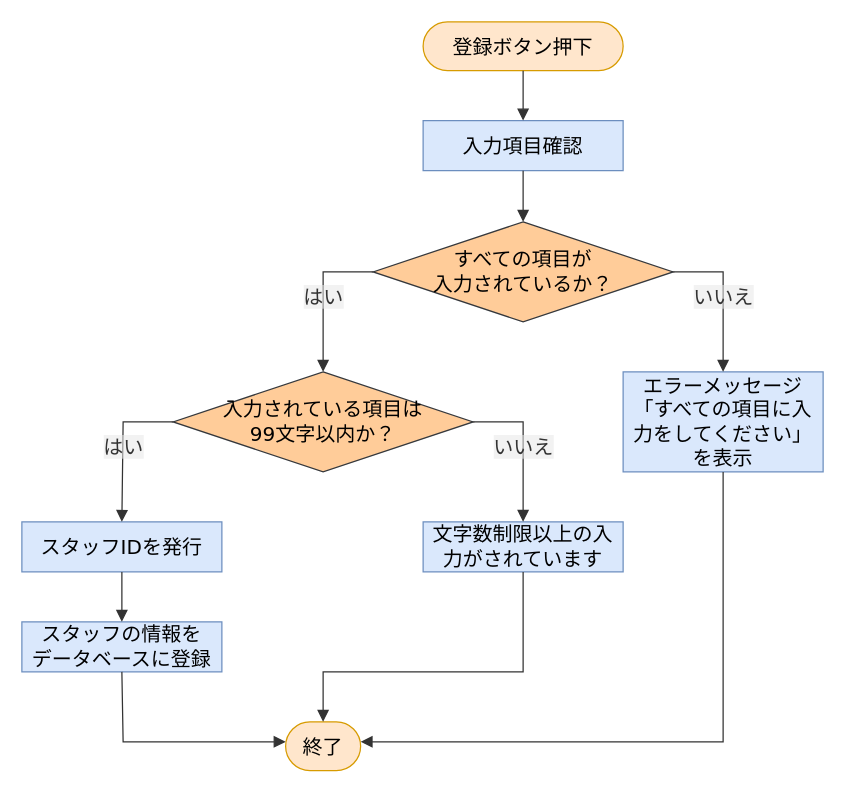
The draw.io diagram 詳細設計書/7班/flowchart/スタッフ登録.drawio in rs002421-creator/-, before the edit. Source tidied: cells renumbered, new cells numbered last; positions are measured from the earlier drawing's top-left corner, leaving out a move shared by most shapes. Both pictures are drawn from the tidied source at 125%, with x=0, y=0 at pixel (21, 21).
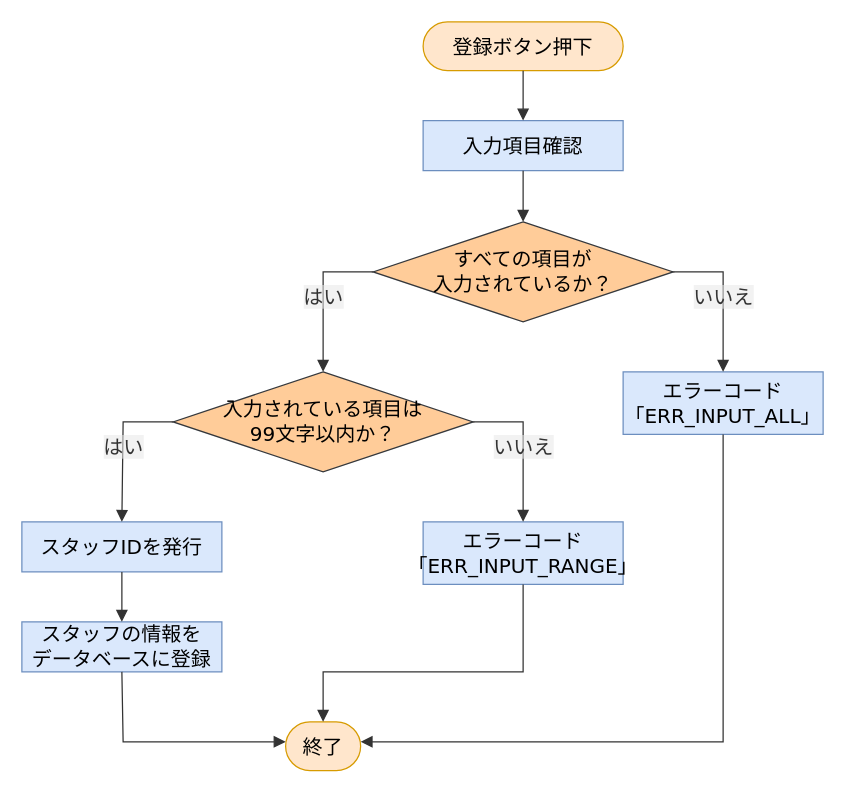
The same diagram, later.

Change to the diagram source:
```diff
@@
-    <mxCell id="6" value="エラーメッセージ「すべての項目に入力をしてください」を表示" style="html=1;whiteSpace=wrap;strokeWidth=1;fillColor=#dae8fc;strokeColor=#6c8ebf;fontFamily=Trebuchet MS,Verdana,Arial,sans-serif;fontSize=16;" parent="1" vertex="1">
-      <mxGeometry x="481" y="280" width="160" height="80" as="geometry" />
+    <mxCell id="6" value="エラーコード「ERR_INPUT_ALL」" style="html=1;whiteSpace=wrap;strokeWidth=1;fillColor=#dae8fc;strokeColor=#6c8ebf;fontFamily=Trebuchet MS,Verdana,Arial,sans-serif;fontSize=16;" parent="1" vertex="1">
+      <mxGeometry x="481" y="280" width="160" height="50" as="geometry" />
     </mxCell>
@@
-    <mxCell id="8" value="文字数制限以上の入力がされています" style="html=1;whiteSpace=wrap;strokeWidth=1;fillColor=#dae8fc;strokeColor=#6c8ebf;fontFamily=Trebuchet MS,Verdana,Arial,sans-serif;fontSize=16;" parent="1" vertex="1">
-      <mxGeometry x="321" y="400" width="160" height="40" as="geometry" />
+    <mxCell id="8" value="エラーコード「ERR_INPUT_RANGE」" style="html=1;whiteSpace=wrap;strokeWidth=1;fillColor=#dae8fc;strokeColor=#6c8ebf;fontFamily=Trebuchet MS,Verdana,Arial,sans-serif;fontSize=16;" parent="1" vertex="1">
+      <mxGeometry x="321" y="400" width="160" height="50" as="geometry" />
     </mxCell>
```
